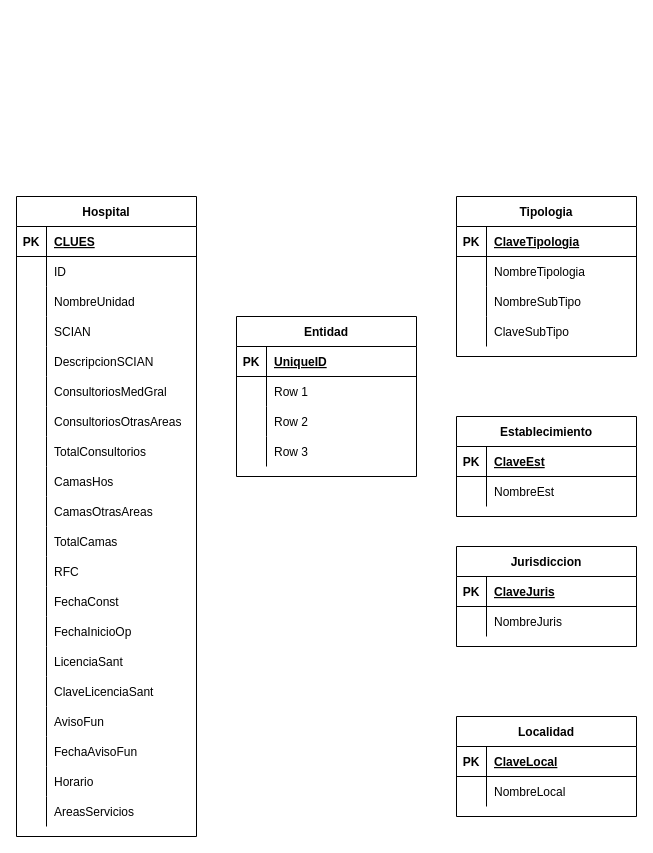
Earlier version of the draw.io diagram IMSS-ER.drawio (AleSaJa/AleSaJa.github.io). Source tidied: cells renumbered, new cells numbered last; positions are measured from the earlier drawing's top-left corner, leaving out a move shared by most shapes. Both pictures are drawn from the tidied source at 100%, with x=0, y=0 at pixel (16, 196).
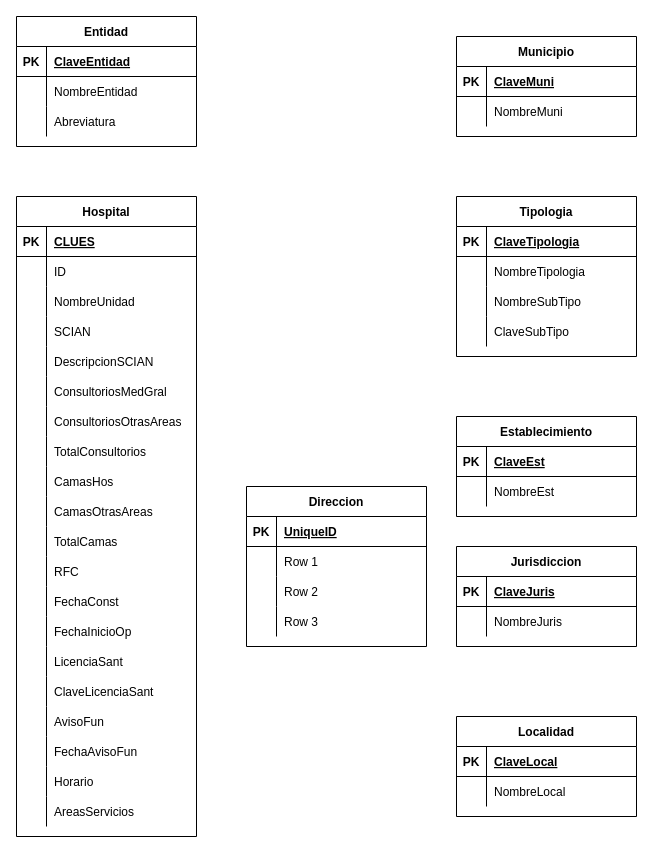
The same page after the edit.

Unchanged cells that the change refers to:
```xml
<mxCell id="98" style="shape=tableRow;horizontal=0;startSize=0;swimlaneHead=0;swimlaneBody=0;fillColor=none;top=0;left=0;right=0;bottom=1;" parent="97" vertex="1">
  <mxGeometry y="30" width="180" height="30" as="geometry" />
</mxCell>
<mxCell id="101" style="shape=tableRow;horizontal=0;startSize=0;swimlaneHead=0;swimlaneBody=0;fillColor=none;top=0;left=0;right=0;bottom=0;" parent="97" vertex="1">
  <mxGeometry y="60" width="180" height="30" as="geometry" />
</mxCell>
<mxCell id="104" style="shape=tableRow;horizontal=0;startSize=0;swimlaneHead=0;swimlaneBody=0;fillColor=none;top=0;left=0;right=0;bottom=0;" parent="97" vertex="1">
  <mxGeometry y="90" width="180" height="30" as="geometry" />
</mxCell>
```

Diff of the diagram source:
```diff
@@
     <mxCell id="97" value="Entidad" style="shape=table;startSize=30;childLayout=tableLayout;rowLines=0;fontStyle=1;align=center;" parent="1" vertex="1">
-      <mxGeometry x="220" y="120" width="180" height="160" as="geometry" />
+      <mxGeometry y="-180" width="180" height="130" as="geometry" />
     </mxCell>
@@
-    <mxCell id="100" value="UniqueID" style="shape=partialRectangle;fillColor=none;top=0;left=0;bottom=0;right=0;align=left;spacingLeft=6;fontStyle=5;overflow=hidden;" parent="98" vertex="1">
+    <mxCell id="100" value="ClaveEntidad" style="shape=partialRectangle;fillColor=none;top=0;left=0;bottom=0;right=0;align=left;spacingLeft=6;fontStyle=5;overflow=hidden;" parent="98" vertex="1">
       <mxGeometry x="30" width="150" height="30" as="geometry" />
     </mxCell>
@@
-    <mxCell id="103" value="Row 1" style="shape=partialRectangle;fillColor=none;top=0;left=0;bottom=0;right=0;align=left;spacingLeft=6;overflow=hidden;" parent="101" vertex="1">
+    <mxCell id="103" value="NombreEntidad" style="shape=partialRectangle;fillColor=none;top=0;left=0;bottom=0;right=0;align=left;spacingLeft=6;overflow=hidden;" parent="101" vertex="1">
       <mxGeometry x="30" width="150" height="30" as="geometry" />
     </mxCell>
@@
-    <mxCell id="106" value="Row 2" style="shape=partialRectangle;fillColor=none;top=0;left=0;bottom=0;right=0;align=left;spacingLeft=6;overflow=hidden;" parent="104" vertex="1">
+    <mxCell id="106" value="Abreviatura" style="shape=partialRectangle;fillColor=none;top=0;left=0;bottom=0;right=0;align=left;spacingLeft=6;overflow=hidden;" parent="104" vertex="1">
       <mxGeometry x="30" width="150" height="30" as="geometry" />
     </mxCell>
+    <mxCell id="110" value="Municipio" style="shape=table;startSize=30;childLayout=tableLayout;rowLines=0;fontStyle=1;align=center;" parent="1" vertex="1">
+      <mxGeometry x="440" y="-160" width="180" height="100" as="geometry" />
+    </mxCell>
+    <mxCell id="111" style="shape=tableRow;horizontal=0;startSize=0;swimlaneHead=0;swimlaneBody=0;fillColor=none;top=0;left=0;right=0;bottom=1;" parent="110" vertex="1">
+      <mxGeometry y="30" width="180" height="30" as="geometry" />
+    </mxCell>
+    <mxCell id="112" value="PK" style="shape=partialRectangle;fillColor=none;top=0;left=0;bottom=0;right=0;fontStyle=1;overflow=hidden;" parent="111" vertex="1">
+      <mxGeometry width="30" height="30" as="geometry" />
+    </mxCell>
+    <mxCell id="113" value="ClaveMuni" style="shape=partialRectangle;fillColor=none;top=0;left=0;bottom=0;right=0;align=left;spacingLeft=6;fontStyle=5;overflow=hidden;" parent="111" vertex="1">
+      <mxGeometry x="30" width="150" height="30" as="geometry" />
+    </mxCell>
+    <mxCell id="114" style="shape=tableRow;horizontal=0;startSize=0;swimlaneHead=0;swimlaneBody=0;fillColor=none;top=0;left=0;right=0;bottom=0;" parent="110" vertex="1">
+      <mxGeometry y="60" width="180" height="30" as="geometry" />
+    </mxCell>
+    <mxCell id="115" style="shape=partialRectangle;fillColor=none;top=0;left=0;bottom=0;right=0;overflow=hidden;" parent="114" vertex="1">
+      <mxGeometry width="30" height="30" as="geometry" />
+    </mxCell>
+    <mxCell id="116" value="NombreMuni" style="shape=partialRectangle;fillColor=none;top=0;left=0;bottom=0;right=0;align=left;spacingLeft=6;overflow=hidden;" parent="114" vertex="1">
+      <mxGeometry x="30" width="150" height="30" as="geometry" />
+    </mxCell>
+    <mxCell id="117" value="Direccion" style="shape=table;startSize=30;childLayout=tableLayout;rowLines=0;fontStyle=1;align=center;" parent="1" vertex="1">
+      <mxGeometry x="230" y="290" width="180" height="160" as="geometry" />
+    </mxCell>
+    <mxCell id="118" style="shape=tableRow;horizontal=0;startSize=0;swimlaneHead=0;swimlaneBody=0;fillColor=none;top=0;left=0;right=0;bottom=1;" parent="117" vertex="1">
+      <mxGeometry y="30" width="180" height="30" as="geometry" />
+    </mxCell>
+    <mxCell id="119" value="PK" style="shape=partialRectangle;fillColor=none;top=0;left=0;bottom=0;right=0;fontStyle=1;overflow=hidden;" parent="118" vertex="1">
+      <mxGeometry width="30" height="30" as="geometry" />
+    </mxCell>
+    <mxCell id="120" value="UniqueID" style="shape=partialRectangle;fillColor=none;top=0;left=0;bottom=0;right=0;align=left;spacingLeft=6;fontStyle=5;overflow=hidden;" parent="118" vertex="1">
+      <mxGeometry x="30" width="150" height="30" as="geometry" />
+    </mxCell>
+    <mxCell id="121" style="shape=tableRow;horizontal=0;startSize=0;swimlaneHead=0;swimlaneBody=0;fillColor=none;top=0;left=0;right=0;bottom=0;" parent="117" vertex="1">
+      <mxGeometry y="60" width="180" height="30" as="geometry" />
+    </mxCell>
+    <mxCell id="122" style="shape=partialRectangle;fillColor=none;top=0;left=0;bottom=0;right=0;overflow=hidden;" parent="121" vertex="1">
+      <mxGeometry width="30" height="30" as="geometry" />
+    </mxCell>
+    <mxCell id="123" value="Row 1" style="shape=partialRectangle;fillColor=none;top=0;left=0;bottom=0;right=0;align=left;spacingLeft=6;overflow=hidden;" parent="121" vertex="1">
+      <mxGeometry x="30" width="150" height="30" as="geometry" />
+    </mxCell>
+    <mxCell id="124" style="shape=tableRow;horizontal=0;startSize=0;swimlaneHead=0;swimlaneBody=0;fillColor=none;top=0;left=0;right=0;bottom=0;" parent="117" vertex="1">
+      <mxGeometry y="90" width="180" height="30" as="geometry" />
+    </mxCell>
+    <mxCell id="125" style="shape=partialRectangle;fillColor=none;top=0;left=0;bottom=0;right=0;overflow=hidden;" parent="124" vertex="1">
+      <mxGeometry width="30" height="30" as="geometry" />
+    </mxCell>
+    <mxCell id="126" value="Row 2" style="shape=partialRectangle;fillColor=none;top=0;left=0;bottom=0;right=0;align=left;spacingLeft=6;overflow=hidden;" parent="124" vertex="1">
+      <mxGeometry x="30" width="150" height="30" as="geometry" />
+    </mxCell>
-    <mxCell id="107" style="shape=tableRow;horizontal=0;startSize=0;swimlaneHead=0;swimlaneBody=0;fillColor=none;top=0;left=0;right=0;bottom=0;" parent="97" vertex="1">
+    <mxCell id="107" style="shape=tableRow;horizontal=0;startSize=0;swimlaneHead=0;swimlaneBody=0;fillColor=none;top=0;left=0;right=0;bottom=0;" parent="117" vertex="1">
       <mxGeometry y="120" width="180" height="30" as="geometry" />
     </mxCell>
-    <mxCell id="108" style="shape=partialRectangle;fillColor=none;top=0;left=0;bottom=0;right=0;overflow=hidden;" parent="107" vertex="1">
-      <mxGeometry width="30" height="30" as="geometry" />
-    </mxCell>
+    <mxCell id="127" style="shape=partialRectangle;fillColor=none;top=0;left=0;bottom=0;right=0;overflow=hidden;" parent="107" vertex="1">
+      <mxGeometry width="30" height="30" as="geometry" />
+    </mxCell>
```
